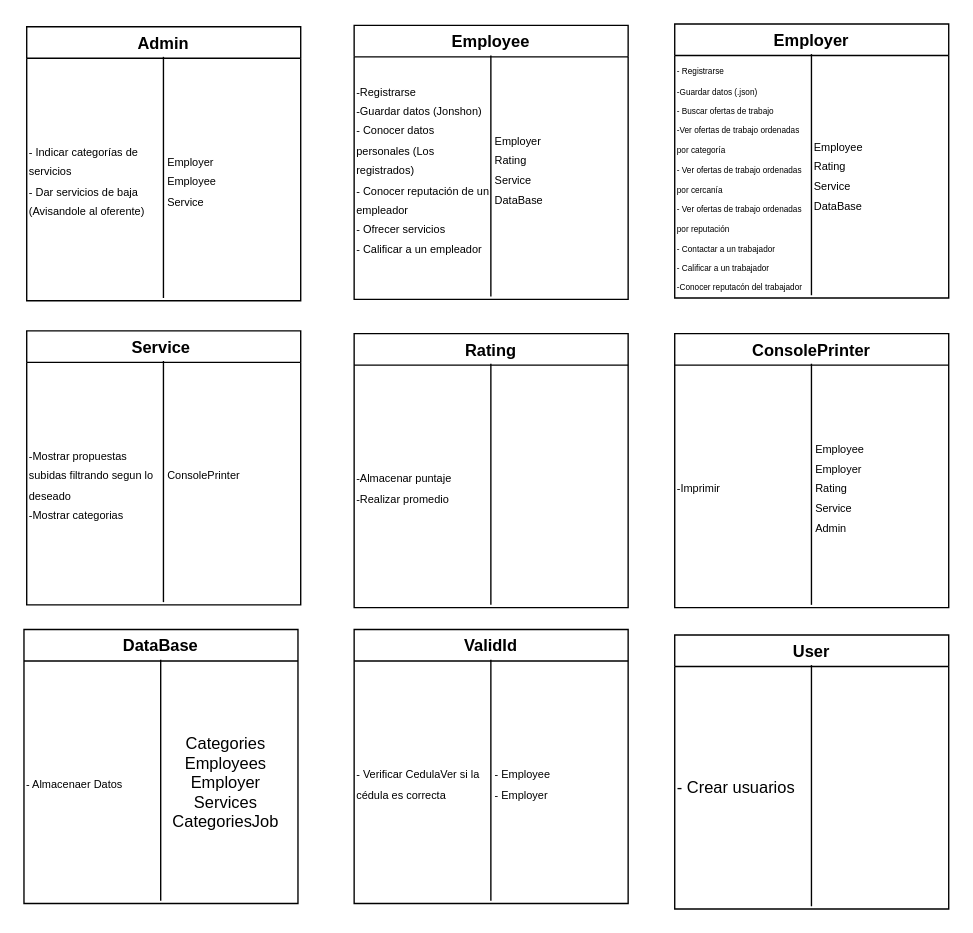
The draw.io diagram Tarjetas CRC.drawio in charlis96/Proyecto_Chatbot, before the edit. Source tidied: cells renumbered, new cells numbered last; positions are measured from the earlier drawing's top-left corner, leaving out a move shared by most shapes. Both pictures are drawn from the tidied source at 137%, with x=0, y=0 at pixel (23, 23).
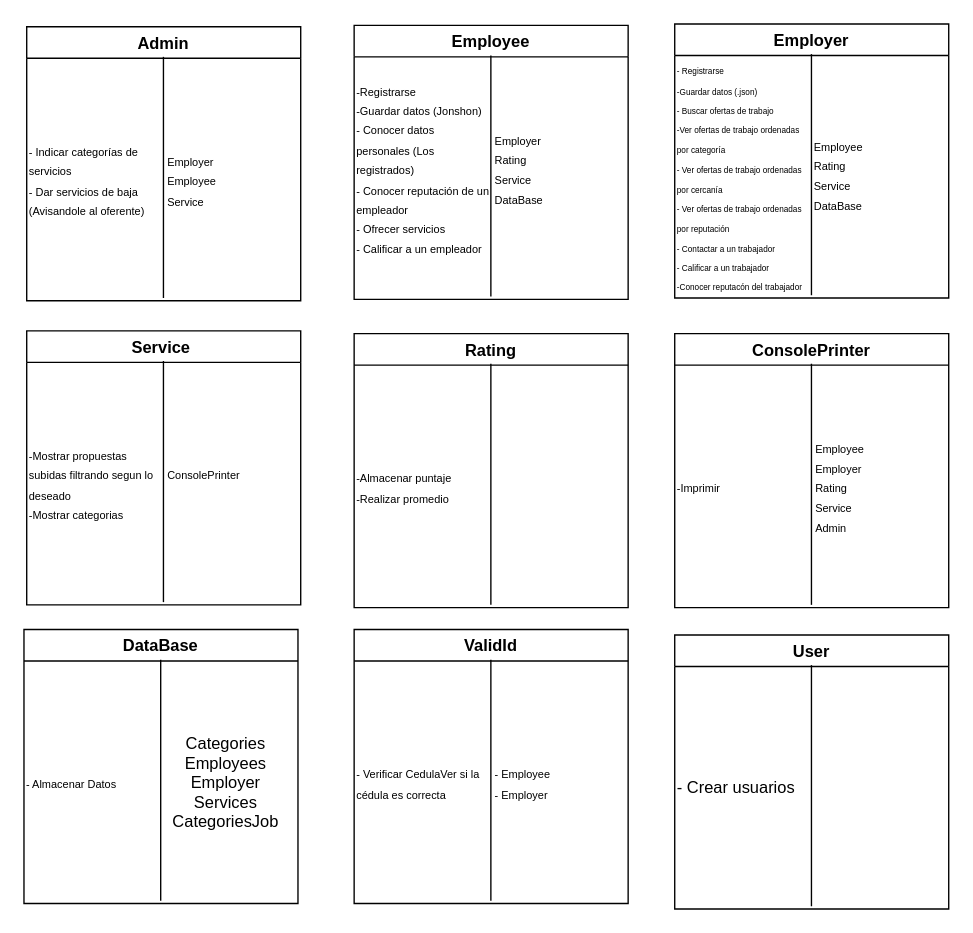
Above is the later version.

Unchanged cells that the change refers to:
```xml
<mxCell id="26" value="DataBase" style="swimlane;" parent="1" vertex="1">
  <mxGeometry y="442" width="200" height="200" as="geometry" />
</mxCell>
```

The edit, as a diff of the source:
```diff
@@
-    <mxCell id="28" value="&lt;span style=&quot;font-size: 8px&quot;&gt;- Almacenaer Datos&amp;nbsp;&lt;br&gt;&lt;/span&gt;" style="text;html=1;strokeColor=none;fillColor=none;align=left;verticalAlign=middle;whiteSpace=wrap;rounded=0;" parent="26" vertex="1">
+    <mxCell id="28" value="&lt;span style=&quot;font-size: 8px&quot;&gt;- Almacenar Datos&amp;nbsp;&lt;br&gt;&lt;/span&gt;" style="text;html=1;strokeColor=none;fillColor=none;align=left;verticalAlign=middle;whiteSpace=wrap;rounded=0;" parent="26" vertex="1">
       <mxGeometry y="24" width="99" height="176" as="geometry" />
     </mxCell>
```
